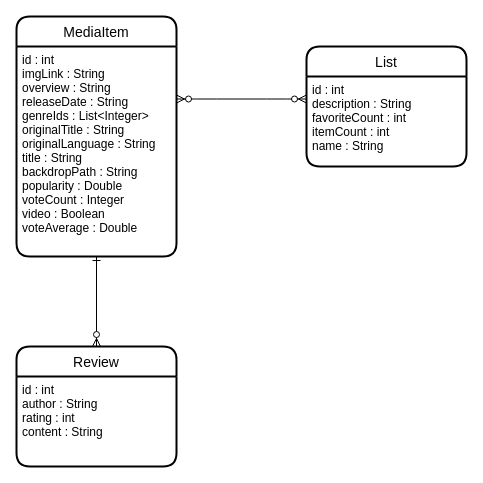
Above: page "ERD" (1 of 4) of Diagrams/ERD.drawio in TeaDrinkingProgrammer/NetNietFlix (draw.io), before the change. Source tidied: cells renumbered, new cells numbered last; positions are measured from the earlier drawing's top-left corner, leaving out a move shared by most shapes. Both pictures are drawn from the tidied source at 100%, with x=0, y=0 at pixel (16, 16).
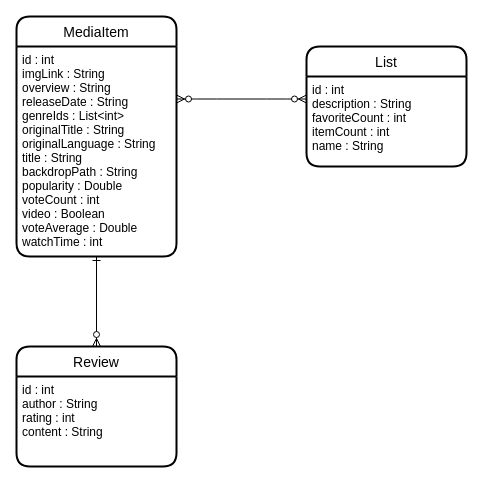
The same page after the edit.

Change to the diagram source:
```diff
@@
 <mxGraphModel>
   <root>
     <mxCell id="0" />
     <mxCell id="1" parent="0" />
     <mxCell id="2" value="MediaItem" style="swimlane;horizontal=1;startSize=30;rounded=1;fontSize=14;fontStyle=0;strokeWidth=2;shadow=0;dashed=0;align=center;" parent="1" vertex="1">
       <mxGeometry width="160" height="240" as="geometry" />
     </mxCell>
-    <mxCell id="3" value="id : int&#10;imgLink : String&#10;overview : String&#10;releaseDate : String&#10;genreIds : List&lt;Integer&gt;&#10;originalTitle : String&#10;originalLanguage : String&#10;title : String&#10;backdropPath : String&#10;popularity : Double&#10;voteCount : Integer&#10;video : Boolean&#10;voteAverage : Double" style="align=left;strokeColor=none;fillColor=none;spacingLeft=4;fontSize=12;verticalAlign=top;fontStyle=0;" parent="2" vertex="1">
+    <mxCell id="3" value="id : int&#10;imgLink : String&#10;overview : String&#10;releaseDate : String&#10;genreIds : List&lt;int&gt;&#10;originalTitle : String&#10;originalLanguage : String&#10;title : String&#10;backdropPath : String&#10;popularity : Double&#10;voteCount : int&#10;video : Boolean&#10;voteAverage : Double&#10;watchTime : int" style="align=left;strokeColor=none;fillColor=none;spacingLeft=4;fontSize=12;verticalAlign=top;fontStyle=0;" parent="2" vertex="1">
       <mxGeometry y="30" width="160" height="210" as="geometry" />
     </mxCell>
     <mxCell id="4" value="List" style="swimlane;horizontal=1;startSize=30;rounded=1;fontSize=14;fontStyle=0;strokeWidth=2;shadow=0;dashed=0;align=center;" parent="1" vertex="1">
       <mxGeometry x="290" y="30" width="160" height="120" as="geometry" />
     </mxCell>
     <mxCell id="5" value="id : int&#10;description : String&#10;favoriteCount : int&#10;itemCount : int&#10;name : String" style="align=left;strokeColor=none;fillColor=none;spacingLeft=4;fontSize=12;verticalAlign=top;" parent="4" vertex="1">
       <mxGeometry y="30" width="160" height="90" as="geometry" />
     </mxCell>
     <mxCell id="6" style="edgeStyle=entityRelationEdgeStyle;fontSize=12;html=1;endArrow=ERzeroToMany;endFill=1;entryX=1;entryY=0.25;entryDx=0;entryDy=0;exitX=0;exitY=0.25;exitDx=0;exitDy=0;startArrow=ERzeroToMany;startFill=1;" parent="1" edge="1" source="5" target="3">
       <mxGeometry relative="1" as="geometry" />
     </mxCell>
     <mxCell id="7" value="Review" style="swimlane;horizontal=1;startSize=30;rounded=1;fontSize=14;fontStyle=0;strokeWidth=2;shadow=0;dashed=0;align=center;" parent="1" vertex="1">
       <mxGeometry y="330" width="160" height="120" as="geometry" />
     </mxCell>
     <mxCell id="8" value="id : int&#10;author : String&#10;rating : int&#10;content : String" style="align=left;strokeColor=none;fillColor=none;spacingLeft=4;fontSize=12;verticalAlign=top;fontStyle=0;" parent="7" vertex="1">
       <mxGeometry y="30" width="160" height="90" as="geometry" />
     </mxCell>
     <mxCell id="9" style="fontSize=12;html=1;endArrow=ERone;endFill=0;exitX=0.5;exitY=0;exitDx=0;exitDy=0;entryX=0.5;entryY=1;entryDx=0;entryDy=0;rounded=1;startArrow=ERzeroToMany;startFill=1;" parent="1" edge="1" source="7" target="3">
       <mxGeometry relative="1" as="geometry" />
     </mxCell>
   </root>
 </mxGraphModel>
```
